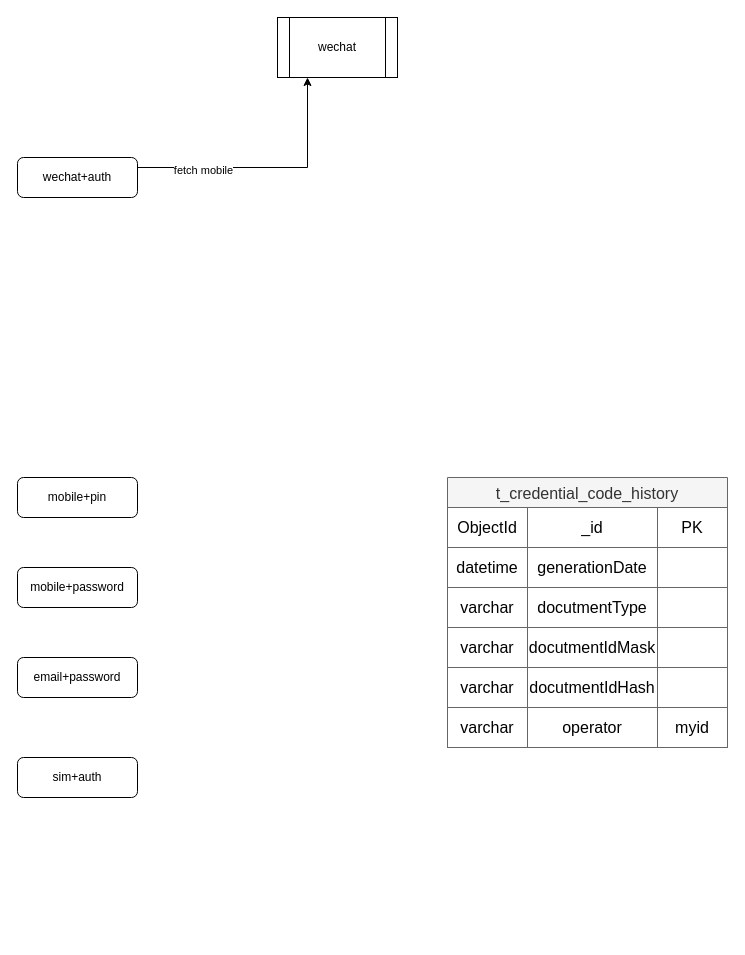
Earlier version of the draw.io diagram disney/profile-login.drawio (lixyu/draw). Source tidied: cells renumbered, new cells numbered last; positions are measured from the earlier drawing's top-left corner, leaving out a move shared by most shapes. Both pictures are drawn from the tidied source at 100%, with x=0, y=0 at pixel (17, 17).
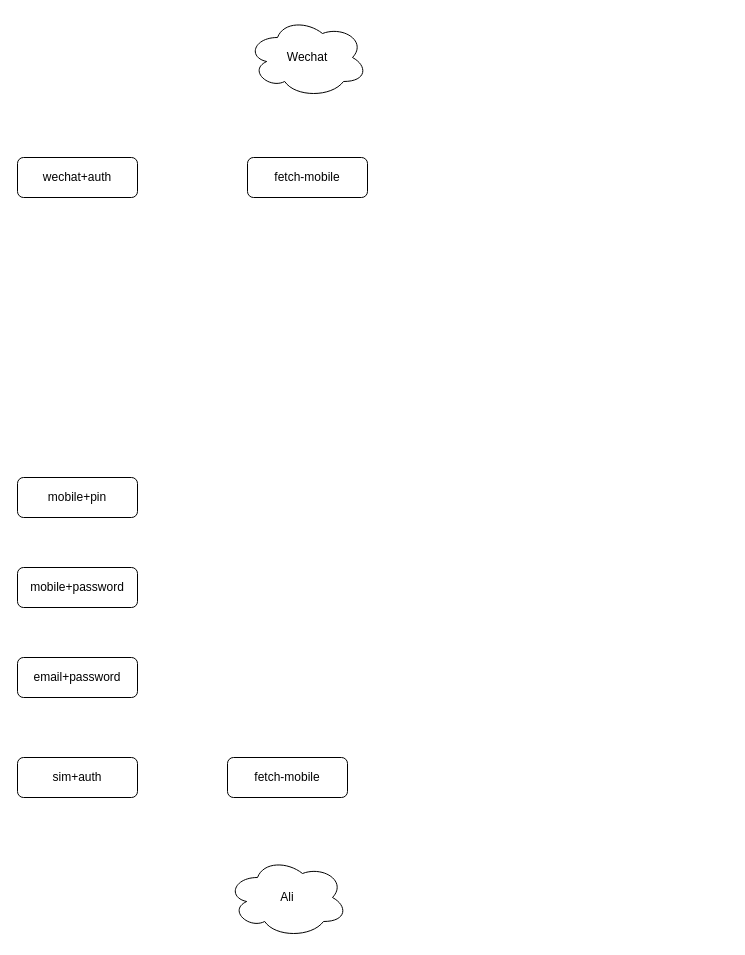
Above is the later version.

The change refers to these unchanged cells:
```xml
<mxCell id="4" value="wechat+auth" style="rounded=1;whiteSpace=wrap;html=1;roundedPerimeter=1;" parent="1" vertex="1">
  <mxGeometry y="140" width="120" height="40" as="geometry" />
</mxCell>
```

What changed in the source:
```diff
@@
-    <mxCell id="2" style="edgeStyle=orthogonalEdgeStyle;rounded=0;jettySize=auto;html=1;exitX=1;exitY=0.25;exitDx=0;exitDy=0;entryX=0.25;entryY=1;entryDx=0;entryDy=0;defaultLabelBackgroundColor=gap;" parent="1" edge="1" source="4" target="8">
-      <mxGeometry relative="1" as="geometry" />
-    </mxCell>
-    <mxCell id="3" value="fetch mobile" style="edgeLabel;html=1;align=center;verticalAlign=middle;defaultLabelBackgroundColor=gap;" parent="2" vertex="1">
-      <mxGeometry x="-0.5" y="-2" relative="1" as="geometry" />
-    </mxCell>
@@
-    <mxCell id="8" value="wechat" style="shape=process;whiteSpace=wrap;html=1;backgroundOutline=1;" parent="1" vertex="1">
-      <mxGeometry x="260" width="120" height="60" as="geometry" />
-    </mxCell>
@@
-    <mxCell id="10" value="t_credential_code_history" style="shape=table;tableRender=collapsed;startSize=30;childLayout=tableLayout;strokeColor=#666666;fontSize=16;fillColor=#f5f5f5;fontColor=#333333;" parent="1" vertex="1">
-      <mxGeometry x="430" y="460" width="280" height="270" as="geometry" />
-    </mxCell>
-    <mxCell id="11" style="shape=tableRow;horizontal=0;startSize=0;swimlaneHead=0;swimlaneBody=0;strokeColor=inherit;fillColor=none;fontSize=16;" parent="10" vertex="1">
-      <mxGeometry y="30" width="280" height="40" as="geometry" />
-    </mxCell>
-    <mxCell id="12" value="ObjectId" style="shape=partialRectangle;html=1;whiteSpace=wrap;strokeColor=inherit;overflow=hidden;fillColor=none;fontSize=16;" parent="11" vertex="1">
-      <mxGeometry width="80" height="40" as="geometry" />
-    </mxCell>
-    <mxCell id="13" value="_id" style="shape=partialRectangle;html=1;whiteSpace=wrap;strokeColor=inherit;overflow=hidden;fillColor=none;fontSize=16;" parent="11" vertex="1">
-      <mxGeometry x="80" width="130" height="40" as="geometry" />
-    </mxCell>
-    <mxCell id="14" value="PK" style="shape=partialRectangle;html=1;whiteSpace=wrap;strokeColor=inherit;overflow=hidden;fillColor=none;fontSize=16;" parent="11" vertex="1">
-      <mxGeometry x="210" width="70" height="40" as="geometry" />
-    </mxCell>
-    <mxCell id="15" style="shape=tableRow;horizontal=0;startSize=0;swimlaneHead=0;swimlaneBody=0;strokeColor=inherit;fillColor=none;fontSize=16;" parent="10" vertex="1">
-      <mxGeometry y="70" width="280" height="40" as="geometry" />
-    </mxCell>
-    <mxCell id="16" value="datetime" style="shape=partialRectangle;html=1;whiteSpace=wrap;strokeColor=inherit;overflow=hidden;fillColor=none;fontSize=16;" parent="15" vertex="1">
-      <mxGeometry width="80" height="40" as="geometry" />
-    </mxCell>
-    <mxCell id="17" value="generationDate" style="shape=partialRectangle;html=1;whiteSpace=wrap;strokeColor=inherit;overflow=hidden;fillColor=none;fontSize=16;" parent="15" vertex="1">
-      <mxGeometry x="80" width="130" height="40" as="geometry" />
-    </mxCell>
-    <mxCell id="18" style="shape=partialRectangle;html=1;whiteSpace=wrap;strokeColor=inherit;overflow=hidden;fillColor=none;fontSize=16;" parent="15" vertex="1">
-      <mxGeometry x="210" width="70" height="40" as="geometry" />
-    </mxCell>
-    <mxCell id="19" style="shape=tableRow;horizontal=0;startSize=0;swimlaneHead=0;swimlaneBody=0;strokeColor=inherit;fillColor=none;fontSize=16;" parent="10" vertex="1">
-      <mxGeometry y="110" width="280" height="40" as="geometry" />
-    </mxCell>
-    <mxCell id="20" value="varchar" style="shape=partialRectangle;html=1;whiteSpace=wrap;strokeColor=inherit;overflow=hidden;fillColor=none;fontSize=16;" parent="19" vertex="1">
-      <mxGeometry width="80" height="40" as="geometry" />
-    </mxCell>
-    <mxCell id="21" value="docutmentType" style="shape=partialRectangle;html=1;whiteSpace=wrap;strokeColor=inherit;overflow=hidden;fillColor=none;fontSize=16;" parent="19" vertex="1">
-      <mxGeometry x="80" width="130" height="40" as="geometry" />
-    </mxCell>
-    <mxCell id="22" style="shape=partialRectangle;html=1;whiteSpace=wrap;strokeColor=inherit;overflow=hidden;fillColor=none;fontSize=16;" parent="19" vertex="1">
-      <mxGeometry x="210" width="70" height="40" as="geometry" />
-    </mxCell>
-    <mxCell id="23" style="shape=tableRow;horizontal=0;startSize=0;swimlaneHead=0;swimlaneBody=0;strokeColor=inherit;fillColor=none;fontSize=16;" parent="10" vertex="1">
-      <mxGeometry y="150" width="280" height="40" as="geometry" />
-    </mxCell>
-    <mxCell id="24" value="varchar" style="shape=partialRectangle;html=1;whiteSpace=wrap;strokeColor=inherit;overflow=hidden;fillColor=none;fontSize=16;" parent="23" vertex="1">
-      <mxGeometry width="80" height="40" as="geometry" />
-    </mxCell>
-    <mxCell id="25" value="docutmentIdMask" style="shape=partialRectangle;html=1;whiteSpace=wrap;strokeColor=inherit;overflow=hidden;fillColor=none;fontSize=16;" parent="23" vertex="1">
-      <mxGeometry x="80" width="130" height="40" as="geometry" />
-    </mxCell>
-    <mxCell id="26" style="shape=partialRectangle;html=1;whiteSpace=wrap;strokeColor=inherit;overflow=hidden;fillColor=none;fontSize=16;" parent="23" vertex="1">
-      <mxGeometry x="210" width="70" height="40" as="geometry" />
-    </mxCell>
-    <mxCell id="27" style="shape=tableRow;horizontal=0;startSize=0;swimlaneHead=0;swimlaneBody=0;strokeColor=inherit;fillColor=none;fontSize=16;" parent="10" vertex="1">
-      <mxGeometry y="190" width="280" height="40" as="geometry" />
-    </mxCell>
-    <mxCell id="28" value="varchar" style="shape=partialRectangle;html=1;whiteSpace=wrap;strokeColor=inherit;overflow=hidden;fillColor=none;fontSize=16;" parent="27" vertex="1">
-      <mxGeometry width="80" height="40" as="geometry" />
-    </mxCell>
-    <mxCell id="29" value="docutmentIdHash" style="shape=partialRectangle;html=1;whiteSpace=wrap;strokeColor=inherit;overflow=hidden;fillColor=none;fontSize=16;" parent="27" vertex="1">
-      <mxGeometry x="80" width="130" height="40" as="geometry" />
-    </mxCell>
-    <mxCell id="30" style="shape=partialRectangle;html=1;whiteSpace=wrap;strokeColor=inherit;overflow=hidden;fillColor=none;fontSize=16;" parent="27" vertex="1">
-      <mxGeometry x="210" width="70" height="40" as="geometry" />
-    </mxCell>
-    <mxCell id="31" style="shape=tableRow;horizontal=0;startSize=0;swimlaneHead=0;swimlaneBody=0;strokeColor=inherit;fillColor=none;fontSize=16;" parent="10" vertex="1">
-      <mxGeometry y="230" width="280" height="40" as="geometry" />
-    </mxCell>
-    <mxCell id="32" value="varchar" style="shape=partialRectangle;html=1;whiteSpace=wrap;strokeColor=inherit;overflow=hidden;fillColor=none;fontSize=16;" parent="31" vertex="1">
-      <mxGeometry width="80" height="40" as="geometry" />
-    </mxCell>
-    <mxCell id="33" value="operator" style="shape=partialRectangle;html=1;whiteSpace=wrap;strokeColor=inherit;overflow=hidden;fillColor=none;fontSize=16;" parent="31" vertex="1">
-      <mxGeometry x="80" width="130" height="40" as="geometry" />
-    </mxCell>
-    <mxCell id="34" value="myid" style="shape=partialRectangle;html=1;whiteSpace=wrap;strokeColor=inherit;overflow=hidden;fillColor=none;fontSize=16;" parent="31" vertex="1">
-      <mxGeometry x="210" width="70" height="40" as="geometry" />
-    </mxCell>
+    <mxCell id="35" value="Ali" style="ellipse;shape=cloud;whiteSpace=wrap;html=1;perimeter=cloudPerimeter;" parent="1" vertex="1">
+      <mxGeometry x="210" y="840" width="120" height="80" as="geometry" />
+    </mxCell>
+    <mxCell id="36" value="Wechat" style="ellipse;shape=cloud;whiteSpace=wrap;html=1;perimeter=cloudPerimeter;" parent="1" vertex="1">
+      <mxGeometry x="230" width="120" height="80" as="geometry" />
+    </mxCell>
+    <mxCell id="37" value="fetch-mobile" style="rounded=1;whiteSpace=wrap;html=1;roundedPerimeter=1;" parent="1" vertex="1">
+      <mxGeometry x="230" y="140" width="120" height="40" as="geometry" />
+    </mxCell>
+    <mxCell id="38" value="fetch-mobile" style="rounded=1;whiteSpace=wrap;html=1;roundedPerimeter=1;" parent="1" vertex="1">
+      <mxGeometry x="210" y="740" width="120" height="40" as="geometry" />
+    </mxCell>
```
